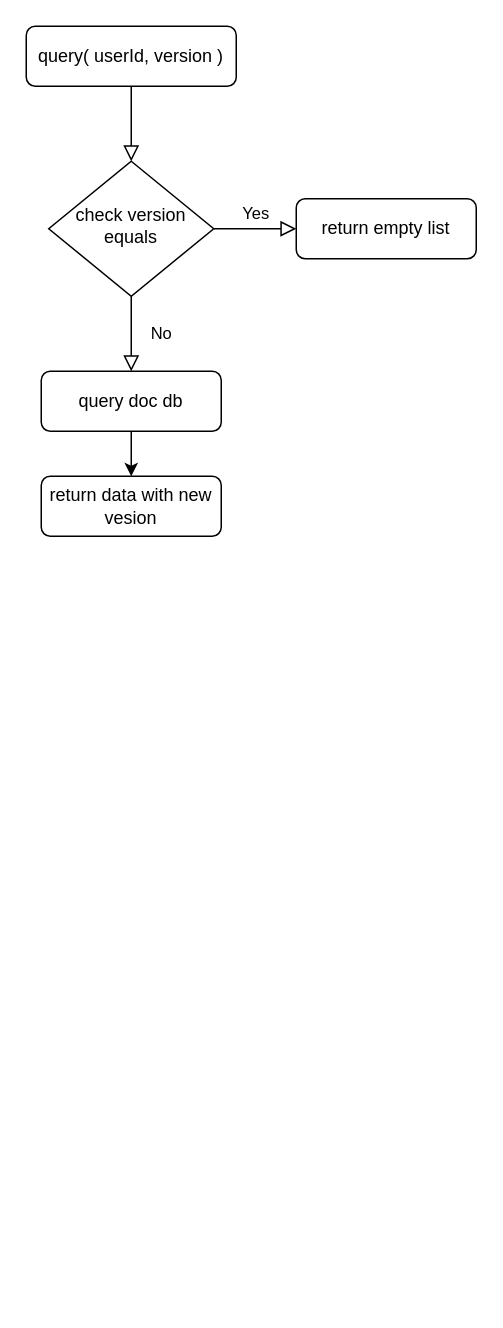
Before: 未命名绘图.drawio in Hia-Hia/A-note, a draw.io diagram. Source tidied: cells renumbered, new cells numbered last; positions are measured from the earlier drawing's top-left corner, leaving out a move shared by most shapes. Both pictures are drawn from the tidied source at 150%, with x=0, y=0 at pixel (26, 26).
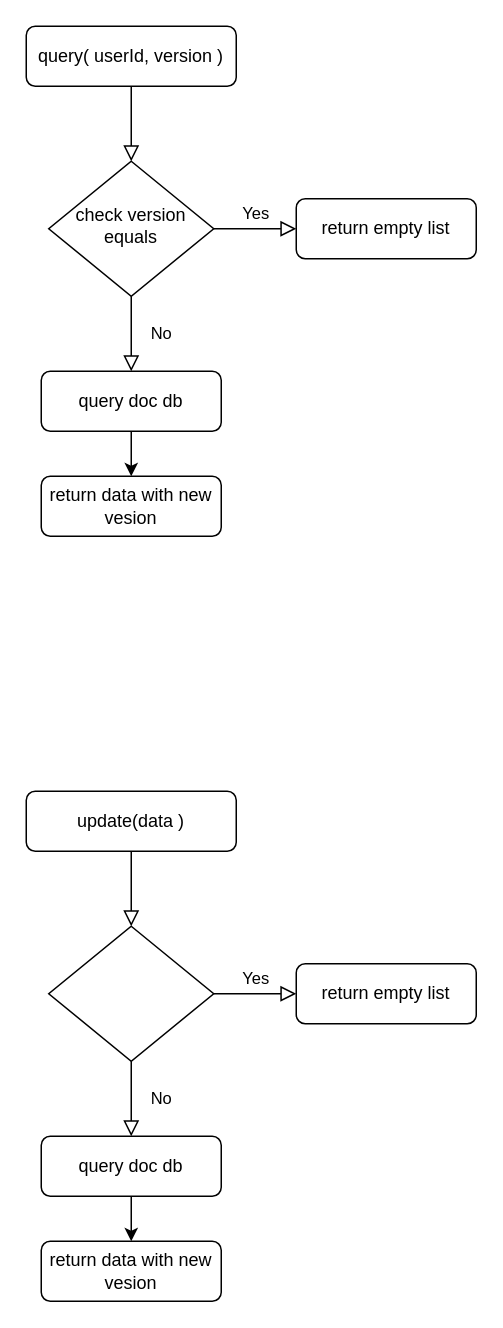
The same diagram, later.

Commit message (it also covers changes not shown here):
更新未命名绘图.drawio

Diff of the diagram source:
```diff
@@
 <mxGraphModel>
   <root>
     <mxCell id="0" />
     <mxCell id="1" parent="0" />
     <mxCell id="2" style="rounded=0;html=1;jettySize=auto;fontSize=11;endArrow=block;endFill=0;endSize=8;strokeWidth=1;shadow=0;labelBackgroundColor=none;edgeStyle=orthogonalEdgeStyle;" parent="1" edge="1" source="3" target="6">
       <mxGeometry relative="1" as="geometry" />
     </mxCell>
     <mxCell id="3" value="query( userId, version )" style="rounded=1;whiteSpace=wrap;html=1;fontSize=12;glass=0;strokeWidth=1;shadow=0;" parent="1" vertex="1">
       <mxGeometry width="140" height="40" as="geometry" />
     </mxCell>
     <mxCell id="4" value="No" style="rounded=0;html=1;jettySize=auto;fontSize=11;endArrow=block;endFill=0;endSize=8;strokeWidth=1;shadow=0;labelBackgroundColor=none;edgeStyle=orthogonalEdgeStyle;entryX=0.5;entryY=0;entryDx=0;entryDy=0;" parent="1" edge="1" source="6" target="9">
       <mxGeometry y="20" relative="1" as="geometry" />
     </mxCell>
     <mxCell id="5" value="Yes" style="edgeStyle=orthogonalEdgeStyle;rounded=0;html=1;jettySize=auto;fontSize=11;endArrow=block;endFill=0;endSize=8;strokeWidth=1;shadow=0;labelBackgroundColor=none;" parent="1" edge="1" source="6" target="7">
       <mxGeometry y="10" relative="1" as="geometry" />
     </mxCell>
     <mxCell id="6" value="check version equals" style="rhombus;whiteSpace=wrap;html=1;shadow=0;fontFamily=Helvetica;fontSize=12;align=center;strokeWidth=1;spacing=6;spacingTop=-4;" parent="1" vertex="1">
       <mxGeometry x="15" y="90" width="110" height="90" as="geometry" />
     </mxCell>
     <mxCell id="7" value="return empty list" style="rounded=1;whiteSpace=wrap;html=1;fontSize=12;glass=0;strokeWidth=1;shadow=0;" parent="1" vertex="1">
       <mxGeometry x="180" y="115" width="120" height="40" as="geometry" />
     </mxCell>
     <mxCell id="8" style="edgeStyle=orthogonalEdgeStyle;rounded=0;jettySize=auto;html=1;" parent="1" edge="1" source="9" target="10">
       <mxGeometry relative="1" as="geometry" />
     </mxCell>
     <mxCell id="9" value="query doc db" style="rounded=1;whiteSpace=wrap;html=1;fontSize=12;glass=0;strokeWidth=1;shadow=0;" parent="1" vertex="1">
       <mxGeometry x="10" y="230" width="120" height="40" as="geometry" />
     </mxCell>
     <mxCell id="10" value="return data with new vesion" style="rounded=1;whiteSpace=wrap;html=1;fontSize=12;glass=0;strokeWidth=1;shadow=0;" parent="1" vertex="1">
       <mxGeometry x="10" y="300" width="120" height="40" as="geometry" />
     </mxCell>
+    <mxCell id="11" style="rounded=0;html=1;jettySize=auto;fontSize=11;endArrow=block;endFill=0;endSize=8;strokeWidth=1;shadow=0;labelBackgroundColor=none;edgeStyle=orthogonalEdgeStyle;" parent="1" edge="1" source="12" target="15">
+      <mxGeometry relative="1" as="geometry" />
+    </mxCell>
+    <mxCell id="12" value="update(data )" style="rounded=1;whiteSpace=wrap;html=1;fontSize=12;glass=0;strokeWidth=1;shadow=0;" parent="1" vertex="1">
+      <mxGeometry y="510" width="140" height="40" as="geometry" />
+    </mxCell>
+    <mxCell id="13" value="No" style="rounded=0;html=1;jettySize=auto;fontSize=11;endArrow=block;endFill=0;endSize=8;strokeWidth=1;shadow=0;labelBackgroundColor=none;edgeStyle=orthogonalEdgeStyle;entryX=0.5;entryY=0;entryDx=0;entryDy=0;" parent="1" edge="1" source="15" target="18">
+      <mxGeometry y="20" relative="1" as="geometry" />
+    </mxCell>
+    <mxCell id="14" value="Yes" style="edgeStyle=orthogonalEdgeStyle;rounded=0;html=1;jettySize=auto;fontSize=11;endArrow=block;endFill=0;endSize=8;strokeWidth=1;shadow=0;labelBackgroundColor=none;" parent="1" edge="1" source="15" target="16">
+      <mxGeometry y="10" relative="1" as="geometry" />
+    </mxCell>
+    <mxCell id="15" style="rhombus;whiteSpace=wrap;html=1;shadow=0;fontFamily=Helvetica;fontSize=12;align=center;strokeWidth=1;spacing=6;spacingTop=-4;" parent="1" vertex="1">
+      <mxGeometry x="15" y="600" width="110" height="90" as="geometry" />
+    </mxCell>
+    <mxCell id="16" value="return empty list" style="rounded=1;whiteSpace=wrap;html=1;fontSize=12;glass=0;strokeWidth=1;shadow=0;" parent="1" vertex="1">
+      <mxGeometry x="180" y="625" width="120" height="40" as="geometry" />
+    </mxCell>
+    <mxCell id="17" style="edgeStyle=orthogonalEdgeStyle;rounded=0;jettySize=auto;html=1;" parent="1" edge="1" source="18" target="19">
+      <mxGeometry relative="1" as="geometry" />
+    </mxCell>
+    <mxCell id="18" value="query doc db" style="rounded=1;whiteSpace=wrap;html=1;fontSize=12;glass=0;strokeWidth=1;shadow=0;" parent="1" vertex="1">
+      <mxGeometry x="10" y="740" width="120" height="40" as="geometry" />
+    </mxCell>
+    <mxCell id="19" value="return data with new vesion" style="rounded=1;whiteSpace=wrap;html=1;fontSize=12;glass=0;strokeWidth=1;shadow=0;" parent="1" vertex="1">
+      <mxGeometry x="10" y="810" width="120" height="40" as="geometry" />
+    </mxCell>
   </root>
 </mxGraphModel>
```
